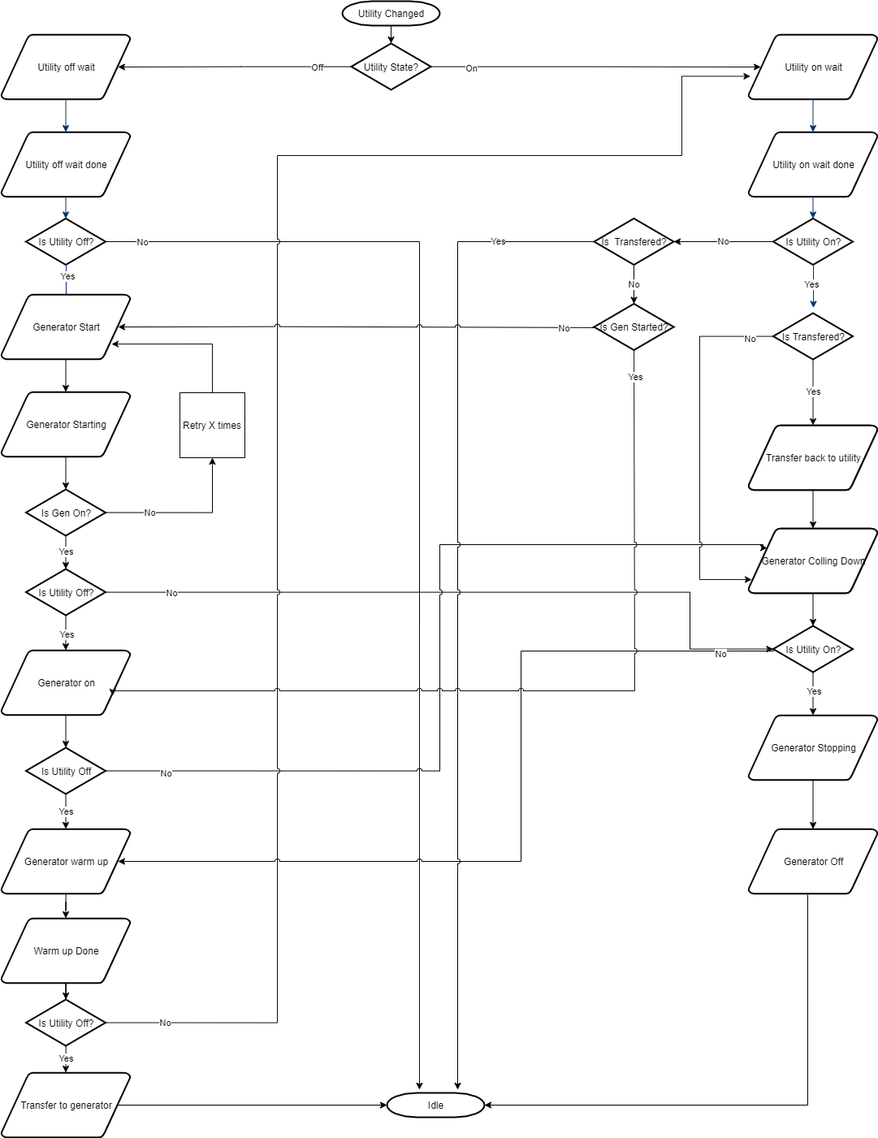
The draw.io diagram assets/StateDiagram.png in coreyfournier/Generator, before a commit. Source tidied: cells renumbered, new cells last; positions are measured from the earlier drawing's top-left corner, leaving out a move shared by most shapes.
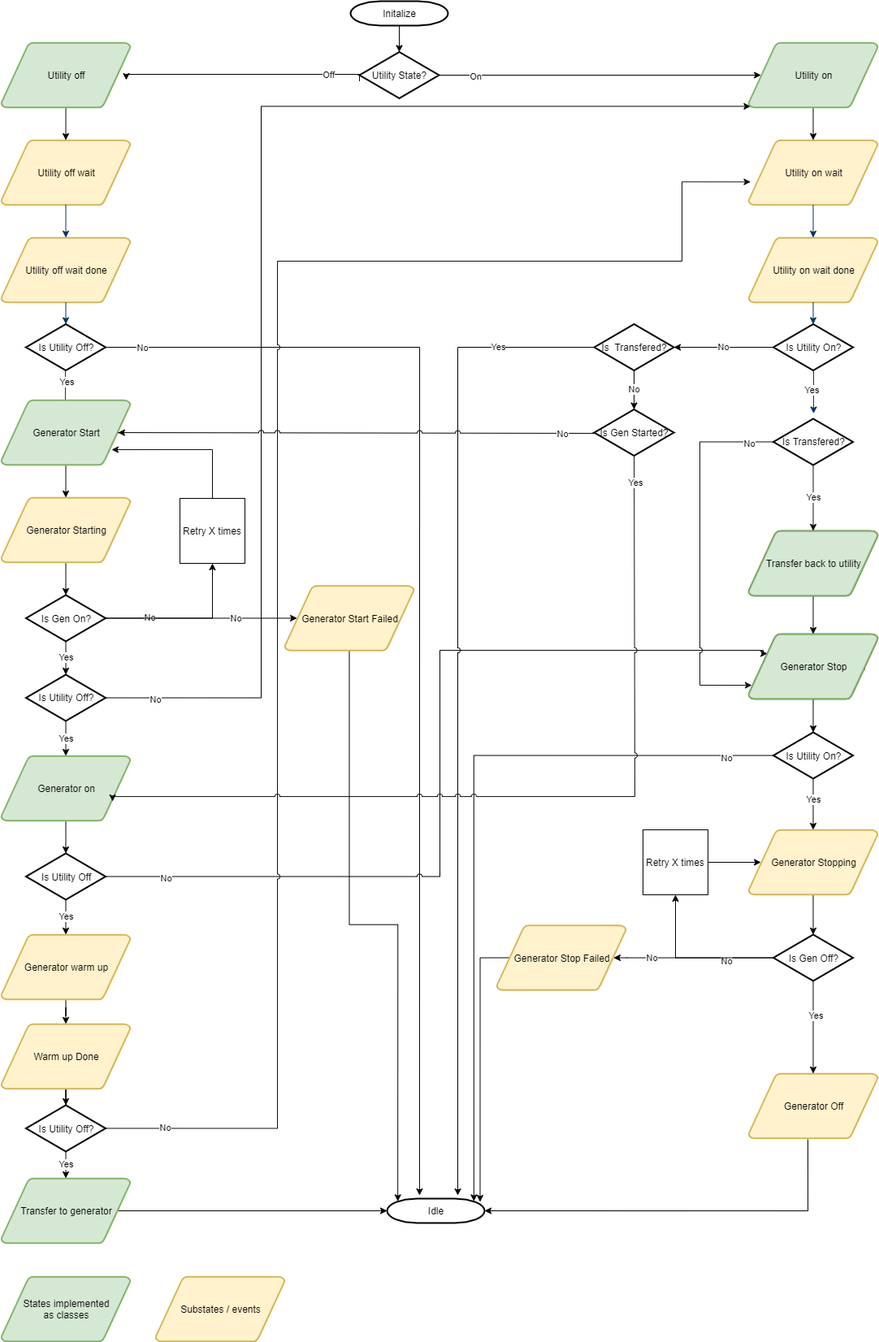
Later version of the same file.

Commit message:
Updated the diagram to match how the code works. Color coded the states to show what is a state vs an substate / event.

Change to the diagram source:
```diff
@@ -4,6 +4,6 @@
     <mxCell id="1" parent="0" />
-    <mxCell id="2" value="Utility off wait" style="shape=mxgraph.flowchart.data;strokeWidth=2;gradientColor=none;gradientDirection=north;fontStyle=0;html=1;" parent="1" vertex="1">
+    <mxCell id="2" value="Utility off wait" style="shape=mxgraph.flowchart.data;strokeWidth=2;gradientDirection=north;fontStyle=0;html=1;fillColor=#fff2cc;strokeColor=#d6b656;" parent="1" vertex="1">
       <mxGeometry y="41" width="159" height="80" as="geometry" />
     </mxCell>
-    <mxCell id="3" value="Utility off wait done" style="shape=mxgraph.flowchart.data;strokeWidth=2;gradientColor=none;gradientDirection=north;fontStyle=0;html=1;" parent="1" vertex="1">
+    <mxCell id="3" value="Utility off wait done" style="shape=mxgraph.flowchart.data;strokeWidth=2;gradientDirection=north;fontStyle=0;html=1;fillColor=#fff2cc;strokeColor=#d6b656;" parent="1" vertex="1">
       <mxGeometry y="161" width="159" height="80" as="geometry" />
@@ -30,3 +30,3 @@
     <mxCell id="9" style="edgeStyle=elbowEdgeStyle;elbow=horizontal;fontColor=#001933;fontStyle=1;strokeColor=#003366;strokeWidth=1;html=1;entryX=0;entryY=0.75;entryDx=0;entryDy=0;" parent="1" edge="1" source="6">
-      <mxGeometry x="-218.5" y="-78" as="geometry">
+      <mxGeometry x="-230.5" y="51" as="geometry">
         <mxPoint x="79.5" y="377.5" as="targetPoint" />
@@ -42,3 +42,3 @@
     </mxCell>
-    <mxCell id="12" value="Generator Start" style="shape=mxgraph.flowchart.data;strokeWidth=2;gradientColor=none;gradientDirection=north;fontStyle=0;html=1;" parent="1" vertex="1">
+    <mxCell id="12" value="Generator Start" style="shape=mxgraph.flowchart.data;strokeWidth=2;gradientDirection=north;fontStyle=0;html=1;fillColor=#d5e8d4;strokeColor=#82b366;" parent="1" vertex="1">
       <mxGeometry y="361" width="159" height="80" as="geometry" />
@@ -48,3 +48,3 @@
     </mxCell>
-    <mxCell id="14" value="Generator Starting" style="shape=mxgraph.flowchart.data;strokeWidth=2;gradientColor=none;gradientDirection=north;fontStyle=0;html=1;" parent="1" vertex="1">
+    <mxCell id="14" value="Generator Starting" style="shape=mxgraph.flowchart.data;strokeWidth=2;gradientDirection=north;fontStyle=0;html=1;fillColor=#fff2cc;strokeColor=#d6b656;" parent="1" vertex="1">
       <mxGeometry y="481" width="159" height="80" as="geometry" />
@@ -59,15 +59,13 @@
     </mxCell>
-    <mxCell id="17" style="edgeStyle=orthogonalEdgeStyle;rounded=0;jettySize=auto;html=1;entryX=0;entryY=0.5;entryDx=0;entryDy=0;entryPerimeter=0;" parent="1" edge="1" source="19" target="51">
-      <mxGeometry relative="1" as="geometry">
-        <Array as="points">
-          <mxPoint x="848" y="728" />
-          <mxPoint x="848" y="798" />
-        </Array>
-      </mxGeometry>
-    </mxCell>
-    <mxCell id="18" value="No" style="edgeLabel;html=1;align=center;verticalAlign=middle;" parent="17" vertex="1">
-      <mxGeometry x="-0.82" y="1" relative="1" as="geometry">
-        <mxPoint y="1" as="offset" />
-      </mxGeometry>
-    </mxCell>
+    <mxCell id="86" style="edgeStyle=orthogonalEdgeStyle;rounded=0;jettySize=auto;html=1;exitX=1;exitY=0.5;exitDx=0;exitDy=0;exitPerimeter=0;entryX=0.015;entryY=0.98;entryDx=0;entryDy=0;entryPerimeter=0;" parent="1" edge="1" source="19" target="94">
+      <mxGeometry relative="1" as="geometry">
+        <Array as="points">
+          <mxPoint x="320" y="728" />
+          <mxPoint x="320" y="-1" />
+        </Array>
+      </mxGeometry>
+    </mxCell>
+    <mxCell id="87" value="No" style="edgeLabel;html=1;align=center;verticalAlign=middle;" parent="86" vertex="1">
+      <mxGeometry x="-0.92" y="-2" relative="1" as="geometry" />
+    </mxCell>
     <mxCell id="19" value="Is Utility Off?" style="shape=mxgraph.flowchart.decision;strokeWidth=2;gradientColor=none;gradientDirection=north;fontStyle=0;html=1;" parent="1" vertex="1">
@@ -78,3 +76,3 @@
     </mxCell>
-    <mxCell id="21" value="Generator on" style="shape=mxgraph.flowchart.data;strokeWidth=2;gradientColor=none;gradientDirection=north;fontStyle=0;html=1;" parent="1" vertex="1">
+    <mxCell id="21" value="Generator on" style="shape=mxgraph.flowchart.data;strokeWidth=2;gradientDirection=north;fontStyle=0;html=1;fillColor=#d5e8d4;strokeColor=#82b366;" parent="1" vertex="1">
       <mxGeometry y="799" width="159" height="80" as="geometry" />
@@ -105,3 +103,3 @@
     </mxCell>
-    <mxCell id="27" value="Generator warm up" style="shape=mxgraph.flowchart.data;strokeWidth=2;gradientColor=none;gradientDirection=north;fontStyle=0;html=1;" parent="1" vertex="1">
+    <mxCell id="27" value="Generator warm up" style="shape=mxgraph.flowchart.data;strokeWidth=2;gradientDirection=north;fontStyle=0;html=1;fillColor=#fff2cc;strokeColor=#d6b656;" parent="1" vertex="1">
       <mxGeometry y="1019" width="159" height="80" as="geometry" />
@@ -111,3 +109,3 @@
     </mxCell>
-    <mxCell id="29" value="Warm up Done" style="shape=mxgraph.flowchart.data;strokeWidth=2;gradientColor=none;gradientDirection=north;fontStyle=0;html=1;" parent="1" vertex="1">
+    <mxCell id="29" value="Warm up Done" style="shape=mxgraph.flowchart.data;strokeWidth=2;gradientDirection=north;fontStyle=0;html=1;fillColor=#fff2cc;strokeColor=#d6b656;" parent="1" vertex="1">
       <mxGeometry y="1129" width="159" height="80" as="geometry" />
@@ -137,6 +135,6 @@
     </mxCell>
-    <mxCell id="35" value="Utility on wait" style="shape=mxgraph.flowchart.data;strokeWidth=2;gradientColor=none;gradientDirection=north;fontStyle=0;html=1;" parent="1" vertex="1">
+    <mxCell id="35" value="Utility on wait" style="shape=mxgraph.flowchart.data;strokeWidth=2;gradientDirection=north;fontStyle=0;html=1;fillColor=#fff2cc;strokeColor=#d6b656;" parent="1" vertex="1">
       <mxGeometry x="920" y="41" width="159" height="80" as="geometry" />
     </mxCell>
-    <mxCell id="36" value="Utility on wait done" style="shape=mxgraph.flowchart.data;strokeWidth=2;gradientColor=none;gradientDirection=north;fontStyle=0;html=1;" parent="1" vertex="1">
+    <mxCell id="36" value="Utility on wait done" style="shape=mxgraph.flowchart.data;strokeWidth=2;gradientDirection=north;fontStyle=0;html=1;fillColor=#fff2cc;strokeColor=#d6b656;" parent="1" vertex="1">
       <mxGeometry x="920" y="161" width="159" height="80" as="geometry" />
@@ -156,3 +154,3 @@
     <mxCell id="41" style="edgeStyle=elbowEdgeStyle;elbow=horizontal;fontColor=#001933;fontStyle=1;strokeColor=#003366;strokeWidth=1;html=1;entryX=0;entryY=0.75;entryDx=0;entryDy=0;" parent="1" edge="1" source="38">
-      <mxGeometry x="701.5" y="-78" as="geometry">
+      <mxGeometry x="689.5" y="51" as="geometry">
         <mxPoint x="999.5" y="377.5" as="targetPoint" />
@@ -188,8 +186,6 @@
     </mxCell>
-    <mxCell id="49" style="edgeStyle=orthogonalEdgeStyle;rounded=0;jettySize=auto;html=1;entryX=0.905;entryY=0.5;entryDx=0;entryDy=0;entryPerimeter=0;jumpStyle=arc;exitX=0;exitY=0.5;exitDx=0;exitDy=0;exitPerimeter=0;" parent="1" edge="1" source="51" target="27">
+    <mxCell id="49" style="edgeStyle=orthogonalEdgeStyle;rounded=0;jettySize=auto;html=1;entryX=0.89;entryY=0.11;entryDx=0;entryDy=0;entryPerimeter=0;jumpStyle=arc;exitX=0;exitY=0.5;exitDx=0;exitDy=0;exitPerimeter=0;" parent="1" edge="1" source="51" target="56">
       <mxGeometry relative="1" as="geometry">
         <Array as="points">
-          <mxPoint x="951" y="800" />
-          <mxPoint x="640" y="800" />
-          <mxPoint x="640" y="1059" />
+          <mxPoint x="582" y="798" />
         </Array>
@@ -201,9 +197,9 @@
     <mxCell id="51" value="Is Utility On?" style="shape=mxgraph.flowchart.decision;strokeWidth=2;gradientColor=none;gradientDirection=north;fontStyle=0;html=1;" parent="1" vertex="1">
-      <mxGeometry x="950.5" y="769" width="98" height="57" as="geometry" />
+      <mxGeometry x="950.5" y="770" width="98" height="57" as="geometry" />
     </mxCell>
-    <mxCell id="52" style="edgeStyle=orthogonalEdgeStyle;rounded=0;jettySize=auto;html=1;entryX=0.5;entryY=0;entryDx=0;entryDy=0;entryPerimeter=0;" parent="1" edge="1" source="53" target="55">
-      <mxGeometry relative="1" as="geometry" />
-    </mxCell>
+    <mxCell id="88" style="edgeStyle=orthogonalEdgeStyle;rounded=0;jettySize=auto;html=1;entryX=0.5;entryY=0;entryDx=0;entryDy=0;entryPerimeter=0;" parent="1" edge="1" source="53" target="105">
+      <mxGeometry relative="1" as="geometry" />
+    </mxCell>
-    <mxCell id="53" value="Generator Stopping" style="shape=mxgraph.flowchart.data;strokeWidth=2;gradientColor=none;gradientDirection=north;fontStyle=0;html=1;" parent="1" vertex="1">
-      <mxGeometry x="920" y="879" width="159" height="80" as="geometry" />
+    <mxCell id="53" value="Generator Stopping" style="shape=mxgraph.flowchart.data;strokeWidth=2;gradientDirection=north;fontStyle=0;html=1;fillColor=#fff2cc;strokeColor=#d6b656;" parent="1" vertex="1">
+      <mxGeometry x="920" y="890" width="159" height="80" as="geometry" />
     </mxCell>
@@ -212,4 +208,4 @@
     </mxCell>
-    <mxCell id="55" value="Generator Off" style="shape=mxgraph.flowchart.data;strokeWidth=2;gradientColor=none;gradientDirection=north;fontStyle=0;html=1;" parent="1" vertex="1">
-      <mxGeometry x="920" y="1019" width="159" height="80" as="geometry" />
+    <mxCell id="55" value="Generator Off" style="shape=mxgraph.flowchart.data;strokeWidth=2;gradientDirection=north;fontStyle=0;html=1;fillColor=#fff2cc;strokeColor=#d6b656;" parent="1" vertex="1">
+      <mxGeometry x="920" y="1190" width="159" height="80" as="geometry" />
     </mxCell>
@@ -279,2 +275,8 @@
     </mxCell>
+    <mxCell id="89" style="edgeStyle=orthogonalEdgeStyle;rounded=0;jettySize=auto;html=1;entryX=0.095;entryY=0.5;entryDx=0;entryDy=0;entryPerimeter=0;" parent="1" edge="1" source="69" target="107">
+      <mxGeometry relative="1" as="geometry" />
+    </mxCell>
+    <mxCell id="90" value="No" style="edgeLabel;html=1;align=center;verticalAlign=middle;" parent="89" vertex="1">
+      <mxGeometry x="0.36" relative="1" as="geometry" />
+    </mxCell>
     <mxCell id="69" value="Is Gen On?" style="shape=mxgraph.flowchart.decision;strokeWidth=2;gradientColor=none;gradientDirection=north;fontStyle=0;html=1;" parent="1" vertex="1">
@@ -285,6 +287,6 @@
     </mxCell>
-    <mxCell id="71" value="Utility Changed" style="shape=mxgraph.flowchart.terminator;strokeWidth=2;gradientColor=none;gradientDirection=north;fontStyle=0;html=1;" parent="1" vertex="1">
-      <mxGeometry x="420" width="120" height="30" as="geometry" />
+    <mxCell id="71" value="Initalize" style="shape=mxgraph.flowchart.terminator;strokeWidth=2;gradientColor=none;gradientDirection=north;fontStyle=0;html=1;" parent="1" vertex="1">
+      <mxGeometry x="430" y="-130" width="120" height="30" as="geometry" />
     </mxCell>
-    <mxCell id="72" style="edgeStyle=orthogonalEdgeStyle;rounded=0;jettySize=auto;html=1;entryX=0.095;entryY=0.5;entryDx=0;entryDy=0;entryPerimeter=0;" parent="1" edge="1" source="76" target="35">
+    <mxCell id="72" style="edgeStyle=orthogonalEdgeStyle;rounded=0;jettySize=auto;html=1;entryX=0.095;entryY=0.5;entryDx=0;entryDy=0;entryPerimeter=0;" parent="1" edge="1" source="76" target="94">
       <mxGeometry relative="1" as="geometry" />
@@ -296,4 +298,11 @@
     </mxCell>
-    <mxCell id="74" style="edgeStyle=orthogonalEdgeStyle;rounded=0;jettySize=auto;html=1;entryX=0.905;entryY=0.5;entryDx=0;entryDy=0;entryPerimeter=0;" parent="1" edge="1" source="76" target="2">
-      <mxGeometry relative="1" as="geometry" />
+    <mxCell id="74" style="edgeStyle=orthogonalEdgeStyle;rounded=0;orthogonalLoop=1;jettySize=auto;html=1;entryX=0.905;entryY=0.5;entryDx=0;entryDy=0;entryPerimeter=0;exitX=0;exitY=0.5;exitDx=0;exitDy=0;exitPerimeter=0;" parent="1" edge="1">
+      <mxGeometry relative="1" as="geometry">
+        <mxPoint x="441" y="-31.5" as="sourcePoint" />
+        <mxPoint x="153.9" y="-33" as="targetPoint" />
+        <Array as="points">
+          <mxPoint x="441" y="-40" />
+          <mxPoint x="154" y="-40" />
+        </Array>
+      </mxGeometry>
     </mxCell>
@@ -305,8 +314,8 @@
     <mxCell id="76" value="Utility State?" style="shape=mxgraph.flowchart.decision;strokeWidth=2;gradientColor=none;gradientDirection=north;fontStyle=0;html=1;" parent="1" vertex="1">
-      <mxGeometry x="431" y="52" width="98" height="57" as="geometry" />
+      <mxGeometry x="441" y="-67.5" width="98" height="57" as="geometry" />
     </mxCell>
-    <mxCell id="77" value="Transfer back to utility" style="shape=mxgraph.flowchart.data;strokeWidth=2;gradientColor=none;gradientDirection=north;fontStyle=0;html=1;" parent="1" vertex="1">
+    <mxCell id="77" value="Transfer back to utility" style="shape=mxgraph.flowchart.data;strokeWidth=2;gradientDirection=north;fontStyle=0;html=1;fillColor=#d5e8d4;strokeColor=#82b366;" parent="1" vertex="1">
       <mxGeometry x="920" y="522" width="159" height="80" as="geometry" />
     </mxCell>
-    <mxCell id="78" value="Generator Colling Down" style="shape=mxgraph.flowchart.data;strokeWidth=2;gradientColor=none;gradientDirection=north;fontStyle=0;html=1;" parent="1" vertex="1">
+    <mxCell id="78" value="Generator Stop" style="shape=mxgraph.flowchart.data;strokeWidth=2;gradientDirection=north;fontStyle=0;html=1;fillColor=#d5e8d4;strokeColor=#82b366;" parent="1" vertex="1">
       <mxGeometry x="920" y="649" width="159" height="80" as="geometry" />
@@ -330,3 +339,3 @@
     </mxCell>
-    <mxCell id="83" value="Transfer to generator" style="shape=mxgraph.flowchart.data;strokeWidth=2;gradientColor=none;gradientDirection=north;fontStyle=0;html=1;" parent="1" vertex="1">
+    <mxCell id="83" value="Transfer to generator" style="shape=mxgraph.flowchart.data;strokeWidth=2;gradientDirection=north;fontStyle=0;html=1;fillColor=#d5e8d4;strokeColor=#82b366;" parent="1" vertex="1">
       <mxGeometry y="1319" width="159" height="80" as="geometry" />
@@ -343,2 +352,66 @@
     </mxCell>
+    <mxCell id="91" style="edgeStyle=orthogonalEdgeStyle;rounded=0;jettySize=auto;html=1;" parent="1" edge="1" source="92" target="2">
+      <mxGeometry relative="1" as="geometry" />
+    </mxCell>
+    <mxCell id="92" value="Utility off" style="shape=mxgraph.flowchart.data;strokeWidth=2;gradientDirection=north;fontStyle=0;html=1;fillColor=#d5e8d4;strokeColor=#82b366;" parent="1" vertex="1">
+      <mxGeometry y="-79" width="159" height="80" as="geometry" />
+    </mxCell>
+    <mxCell id="93" style="edgeStyle=orthogonalEdgeStyle;rounded=0;jettySize=auto;html=1;" parent="1" edge="1" source="94" target="35">
+      <mxGeometry relative="1" as="geometry" />
+    </mxCell>
+    <mxCell id="94" value="Utility on" style="shape=mxgraph.flowchart.data;strokeWidth=2;gradientDirection=north;fontStyle=0;html=1;fillColor=#d5e8d4;strokeColor=#82b366;" parent="1" vertex="1">
+      <mxGeometry x="920" y="-79" width="159" height="80" as="geometry" />
+    </mxCell>
+    <mxCell id="95" value="States implemented&lt;br&gt;as classes" style="shape=mxgraph.flowchart.data;strokeWidth=2;gradientDirection=north;fontStyle=0;html=1;fillColor=#d5e8d4;strokeColor=#82b366;" parent="1" vertex="1">
+      <mxGeometry y="1440" width="159" height="80" as="geometry" />
+    </mxCell>
+    <mxCell id="96" value="Substates / events" style="shape=mxgraph.flowchart.data;strokeWidth=2;gradientDirection=north;fontStyle=0;html=1;fillColor=#fff2cc;strokeColor=#d6b656;" parent="1" vertex="1">
+      <mxGeometry x="190" y="1440" width="159" height="80" as="geometry" />
+    </mxCell>
+    <mxCell id="97" style="edgeStyle=orthogonalEdgeStyle;rounded=0;jettySize=auto;html=1;entryX=0.095;entryY=0.5;entryDx=0;entryDy=0;entryPerimeter=0;" parent="1" edge="1" source="98" target="53">
+      <mxGeometry relative="1" as="geometry" />
+    </mxCell>
+    <mxCell id="98" value="Retry X times" style="whiteSpace=wrap;html=1;" parent="1" vertex="1">
+      <mxGeometry x="790" y="890" width="80" height="80" as="geometry" />
+    </mxCell>
+    <mxCell id="99" style="edgeStyle=orthogonalEdgeStyle;rounded=0;jettySize=auto;html=1;entryX=0.5;entryY=0;entryDx=0;entryDy=0;entryPerimeter=0;" parent="1" edge="1" source="105" target="55">
+      <mxGeometry relative="1" as="geometry" />
+    </mxCell>
+    <mxCell id="100" value="Yes" style="edgeLabel;html=1;align=center;verticalAlign=middle;" parent="99" vertex="1">
+      <mxGeometry x="-0.25" y="3" relative="1" as="geometry" />
+    </mxCell>
+    <mxCell id="101" style="edgeStyle=orthogonalEdgeStyle;rounded=0;jettySize=auto;html=1;entryX=0.5;entryY=1;entryDx=0;entryDy=0;" parent="1" edge="1" source="105" target="98">
+      <mxGeometry relative="1" as="geometry" />
+    </mxCell>
+    <mxCell id="102" value="No" style="edgeLabel;html=1;align=center;verticalAlign=middle;" parent="101" vertex="1">
+      <mxGeometry x="-0.41" y="4" relative="1" as="geometry" />
+    </mxCell>
+    <mxCell id="103" style="edgeStyle=orthogonalEdgeStyle;rounded=0;jettySize=auto;html=1;entryX=0.905;entryY=0.5;entryDx=0;entryDy=0;entryPerimeter=0;" parent="1" edge="1" source="105" target="109">
+      <mxGeometry relative="1" as="geometry">
+        <Array as="points">
+          <mxPoint x="770" y="1048" />
+          <mxPoint x="770" y="1048" />
+        </Array>
+      </mxGeometry>
+    </mxCell>
+    <mxCell id="104" value="No" style="edgeLabel;html=1;align=center;verticalAlign=middle;" parent="103" vertex="1">
+      <mxGeometry x="0.17" y="2" relative="1" as="geometry">
+        <mxPoint x="-35.2" y="-2" as="offset" />
+      </mxGeometry>
+    </mxCell>
+    <mxCell id="105" value="Is Gen Off?" style="shape=mxgraph.flowchart.decision;strokeWidth=2;gradientColor=none;gradientDirection=north;fontStyle=0;html=1;" parent="1" vertex="1">
+      <mxGeometry x="950.5" y="1019" width="98" height="57" as="geometry" />
+    </mxCell>
+    <mxCell id="106" style="edgeStyle=orthogonalEdgeStyle;rounded=0;jettySize=auto;html=1;entryX=0.11;entryY=0.11;entryDx=0;entryDy=0;entryPerimeter=0;" parent="1" edge="1" source="107" target="56">
+      <mxGeometry relative="1" as="geometry" />
+    </mxCell>
+    <mxCell id="107" value="Generator Start Failed" style="shape=mxgraph.flowchart.data;strokeWidth=2;gradientDirection=north;fontStyle=0;html=1;fillColor=#fff2cc;strokeColor=#d6b656;" parent="1" vertex="1">
+      <mxGeometry x="349" y="589.5" width="159" height="80" as="geometry" />
+    </mxCell>
+    <mxCell id="108" style="edgeStyle=orthogonalEdgeStyle;rounded=0;jettySize=auto;html=1;entryX=0.954;entryY=0.133;entryDx=0;entryDy=0;entryPerimeter=0;exitX=0.095;exitY=0.5;exitDx=0;exitDy=0;exitPerimeter=0;" parent="1" edge="1" source="109" target="56">
+      <mxGeometry relative="1" as="geometry" />
+    </mxCell>
+    <mxCell id="109" value="Generator Stop Failed" style="shape=mxgraph.flowchart.data;strokeWidth=2;gradientDirection=north;fontStyle=0;html=1;fillColor=#fff2cc;strokeColor=#d6b656;" parent="1" vertex="1">
+      <mxGeometry x="610" y="1007.5" width="159" height="80" as="geometry" />
+    </mxCell>
   </root>
```
